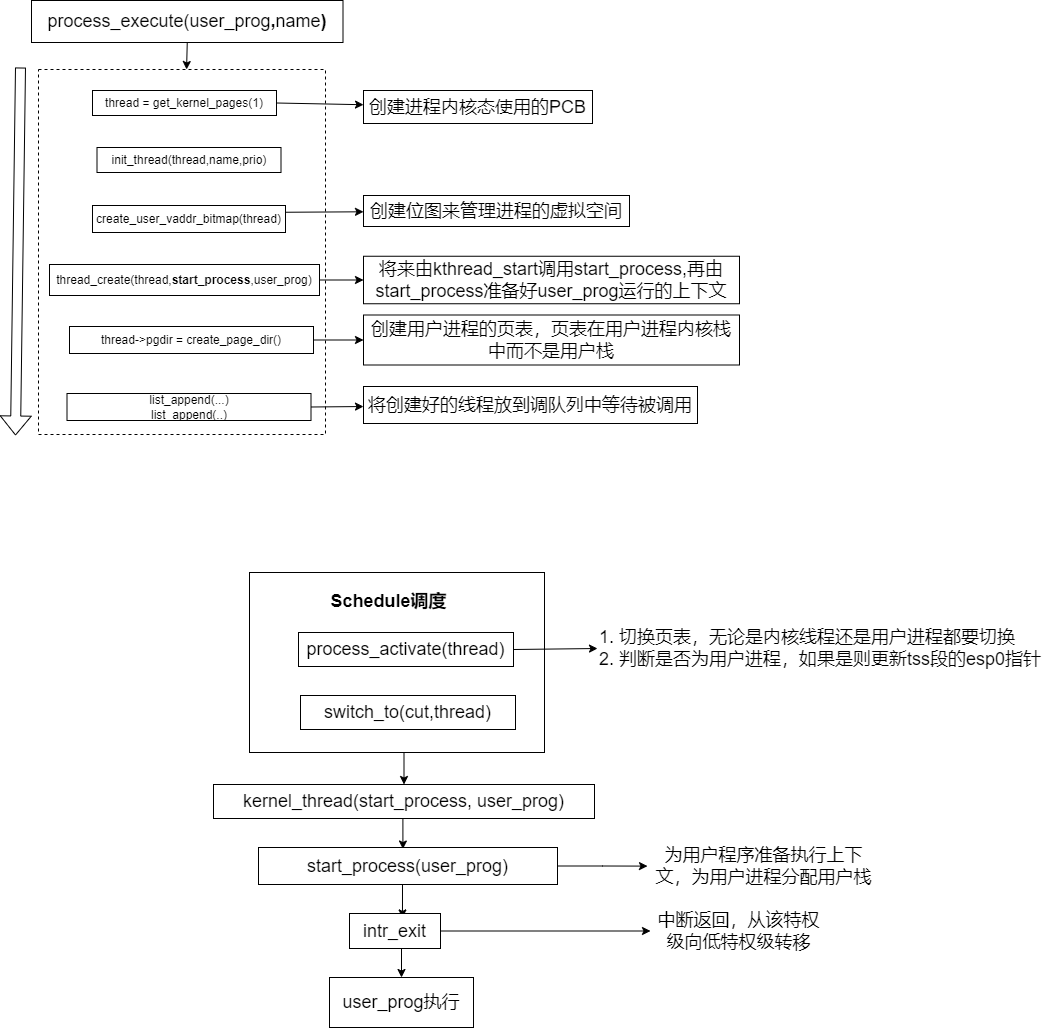
SixPlusAndTimes/drawio keeps this draw.io diagram as OS/实现用户线程.drawio.png. Above is the earlier version. Source tidied: cells renumbered, new cells last; positions are measured from the earlier drawing's top-left corner, leaving out a move shared by most shapes.
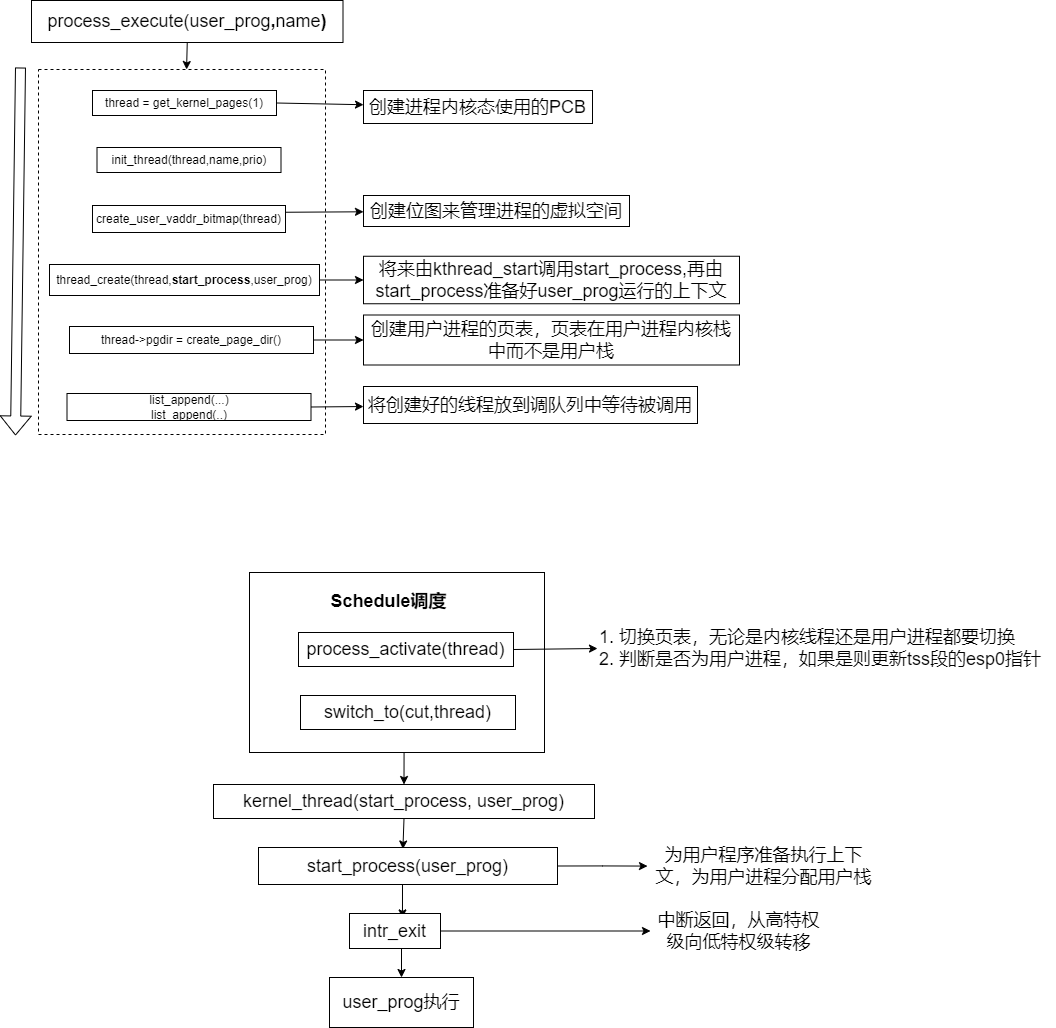
Later version of the same file.

Commit message:
Update 实现用户线程.drawio.png

Diff of the diagram source:
```diff
@@ -110,7 +110,7 @@
     <mxCell id="36" value="user_prog执行" style="rounded=0;whiteSpace=wrap;html=1;fontSize=18;" parent="1" vertex="1">
       <mxGeometry x="314" y="977" width="144" height="50" as="geometry" />
     </mxCell>
-    <mxCell id="37" value="中断返回，从该特权级向低特权级转移" style="text;html=1;strokeColor=none;fillColor=none;align=center;verticalAlign=middle;whiteSpace=wrap;rounded=0;fontSize=18;" parent="1" vertex="1">
+    <mxCell id="37" value="中断返回，从高特权级向低特权级转移" style="text;html=1;strokeColor=none;fillColor=none;align=center;verticalAlign=middle;whiteSpace=wrap;rounded=0;fontSize=18;" parent="1" vertex="1">
       <mxGeometry x="635" y="920.5" width="177" height="20" as="geometry" />
     </mxCell>
     <mxCell id="38" value="为用户程序准备执行上下文，为用户进程分配用户栈" style="text;html=1;strokeColor=none;fillColor=none;align=center;verticalAlign=middle;whiteSpace=wrap;rounded=0;fontSize=18;" parent="1" vertex="1">
```
